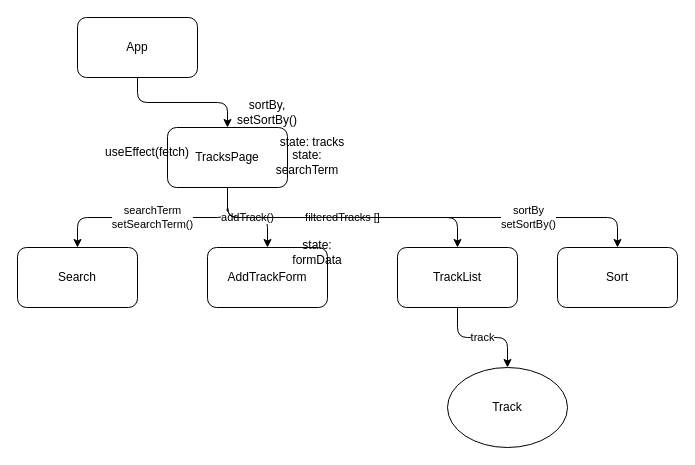
Above: comp-tree.drawio in learn-co-students/SE-LIVE-121123-phase-2-practice-challenge-deep-cuts (draw.io), before the change. Source tidied: cells renumbered, new cells numbered last; positions are measured from the earlier drawing's top-left corner, leaving out a move shared by most shapes. Both pictures are drawn from the tidied source at 100%, with x=0, y=0 at pixel (17, 17).
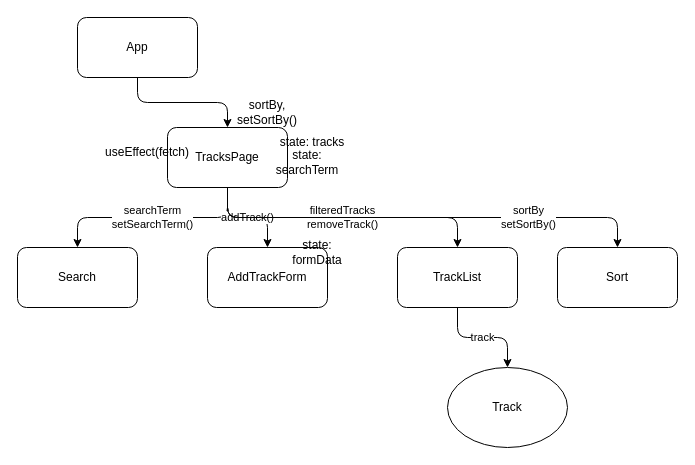
The same page after the edit.

The edit, as a diff of the source:
```diff
@@
 <mxGraphModel>
   <root>
     <mxCell id="0" />
     <mxCell id="1" parent="0" />
     <mxCell id="2" style="edgeStyle=orthogonalEdgeStyle;html=1;exitX=0.5;exitY=1;exitDx=0;exitDy=0;entryX=0.5;entryY=0;entryDx=0;entryDy=0;" parent="1" edge="1" source="3" target="8">
       <mxGeometry relative="1" as="geometry" />
     </mxCell>
     <mxCell id="3" value="App" style="rounded=1;whiteSpace=wrap;html=1;" parent="1" vertex="1">
       <mxGeometry x="60" width="120" height="60" as="geometry" />
     </mxCell>
     <mxCell id="4" value="searchTerm&lt;br&gt;setSearchTerm()" style="edgeStyle=orthogonalEdgeStyle;html=1;exitX=0.5;exitY=1;exitDx=0;exitDy=0;entryX=0.5;entryY=0;entryDx=0;entryDy=0;" parent="1" edge="1" source="8" target="9">
       <mxGeometry relative="1" as="geometry" />
     </mxCell>
     <mxCell id="5" value="addTrack()" style="edgeStyle=orthogonalEdgeStyle;html=1;exitX=0.5;exitY=1;exitDx=0;exitDy=0;" parent="1" edge="1" source="8" target="10">
       <mxGeometry relative="1" as="geometry" />
     </mxCell>
-    <mxCell id="6" value="filteredTracks []" style="edgeStyle=orthogonalEdgeStyle;html=1;exitX=0.5;exitY=1;exitDx=0;exitDy=0;" parent="1" edge="1" source="8" target="12">
+    <mxCell id="6" value="filteredTracks&lt;br&gt;removeTrack()" style="edgeStyle=orthogonalEdgeStyle;html=1;exitX=0.5;exitY=1;exitDx=0;exitDy=0;" parent="1" edge="1" source="8" target="12">
       <mxGeometry relative="1" as="geometry" />
     </mxCell>
     <mxCell id="7" value="sortBy&lt;br&gt;setSortBy()" style="edgeStyle=orthogonalEdgeStyle;html=1;exitX=0.5;exitY=1;exitDx=0;exitDy=0;" parent="1" edge="1" source="8" target="18">
       <mxGeometry x="0.47" relative="1" as="geometry" />
     </mxCell>
     <mxCell id="8" value="TracksPage" style="rounded=1;whiteSpace=wrap;html=1;" parent="1" vertex="1">
       <mxGeometry x="150" y="110" width="120" height="60" as="geometry" />
     </mxCell>
     <mxCell id="9" value="Search" style="rounded=1;whiteSpace=wrap;html=1;" parent="1" vertex="1">
       <mxGeometry y="230" width="120" height="60" as="geometry" />
     </mxCell>
     <mxCell id="10" value="AddTrackForm" style="rounded=1;whiteSpace=wrap;html=1;" parent="1" vertex="1">
       <mxGeometry x="190" y="230" width="120" height="60" as="geometry" />
     </mxCell>
     <mxCell id="11" value="track" style="edgeStyle=orthogonalEdgeStyle;html=1;exitX=0.5;exitY=1;exitDx=0;exitDy=0;entryX=0.5;entryY=0;entryDx=0;entryDy=0;" parent="1" edge="1" source="12" target="13">
       <mxGeometry relative="1" as="geometry" />
     </mxCell>
     <mxCell id="12" value="TrackList" style="rounded=1;whiteSpace=wrap;html=1;" parent="1" vertex="1">
       <mxGeometry x="380" y="230" width="120" height="60" as="geometry" />
     </mxCell>
     <mxCell id="13" value="Track" style="ellipse;whiteSpace=wrap;html=1;" parent="1" vertex="1">
       <mxGeometry x="430" y="350" width="120" height="80" as="geometry" />
     </mxCell>
     <mxCell id="14" value="state: tracks" style="text;html=1;strokeColor=none;fillColor=none;align=center;verticalAlign=middle;whiteSpace=wrap;rounded=0;" parent="1" vertex="1">
       <mxGeometry x="240" y="110" width="110" height="30" as="geometry" />
     </mxCell>
     <mxCell id="15" value="state: searchTerm" style="text;html=1;strokeColor=none;fillColor=none;align=center;verticalAlign=middle;whiteSpace=wrap;rounded=0;" parent="1" vertex="1">
       <mxGeometry x="260" y="130" width="60" height="30" as="geometry" />
     </mxCell>
     <mxCell id="16" value="useEffect(fetch)" style="text;html=1;strokeColor=none;fillColor=none;align=center;verticalAlign=middle;whiteSpace=wrap;rounded=0;" parent="1" vertex="1">
       <mxGeometry x="100" y="120" width="60" height="30" as="geometry" />
     </mxCell>
     <mxCell id="17" value="state: formData" style="text;html=1;strokeColor=none;fillColor=none;align=center;verticalAlign=middle;whiteSpace=wrap;rounded=0;" parent="1" vertex="1">
       <mxGeometry x="270" y="220" width="60" height="30" as="geometry" />
     </mxCell>
     <mxCell id="18" value="Sort" style="rounded=1;whiteSpace=wrap;html=1;" parent="1" vertex="1">
       <mxGeometry x="540" y="230" width="120" height="60" as="geometry" />
     </mxCell>
     <mxCell id="19" value="sortBy, setSortBy()" style="text;html=1;strokeColor=none;fillColor=none;align=center;verticalAlign=middle;whiteSpace=wrap;rounded=0;" parent="1" vertex="1">
       <mxGeometry x="220" y="80" width="60" height="30" as="geometry" />
     </mxCell>
   </root>
 </mxGraphModel>
```
